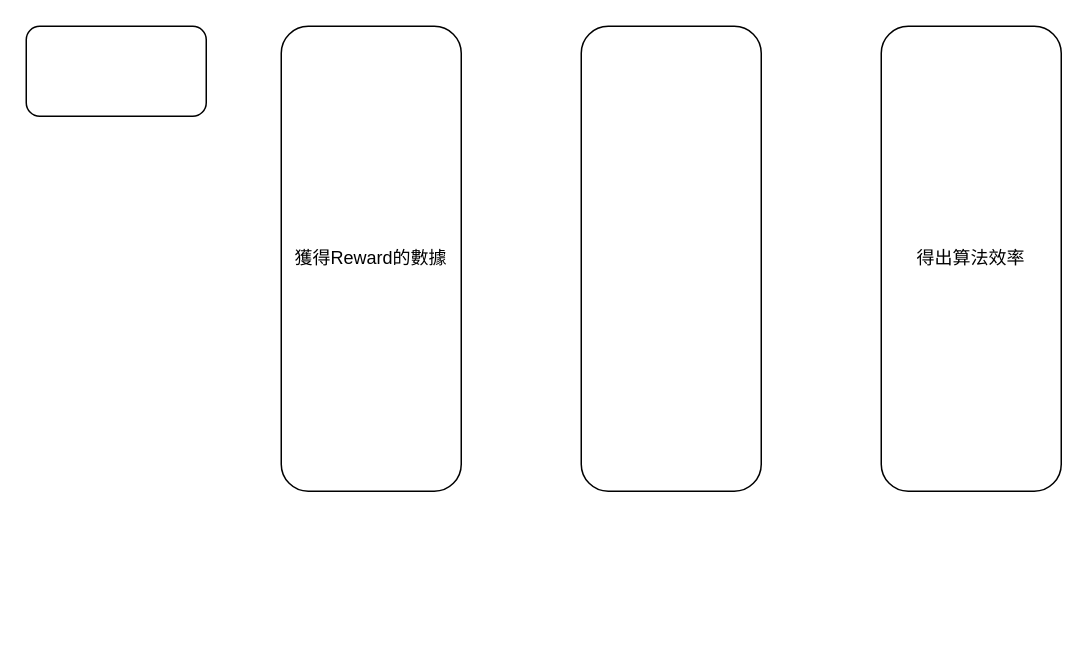
Before: page "Page-2" (2 of 2) of RL_Choice.drawio in 108703054nccu/Edge_Computing_Schedule, a draw.io diagram. Source tidied: cells renumbered, new cells numbered last; positions are measured from the earlier drawing's top-left corner, leaving out a move shared by most shapes. Both pictures are drawn from the tidied source at 150%, with x=0, y=0 at pixel (26, 26).
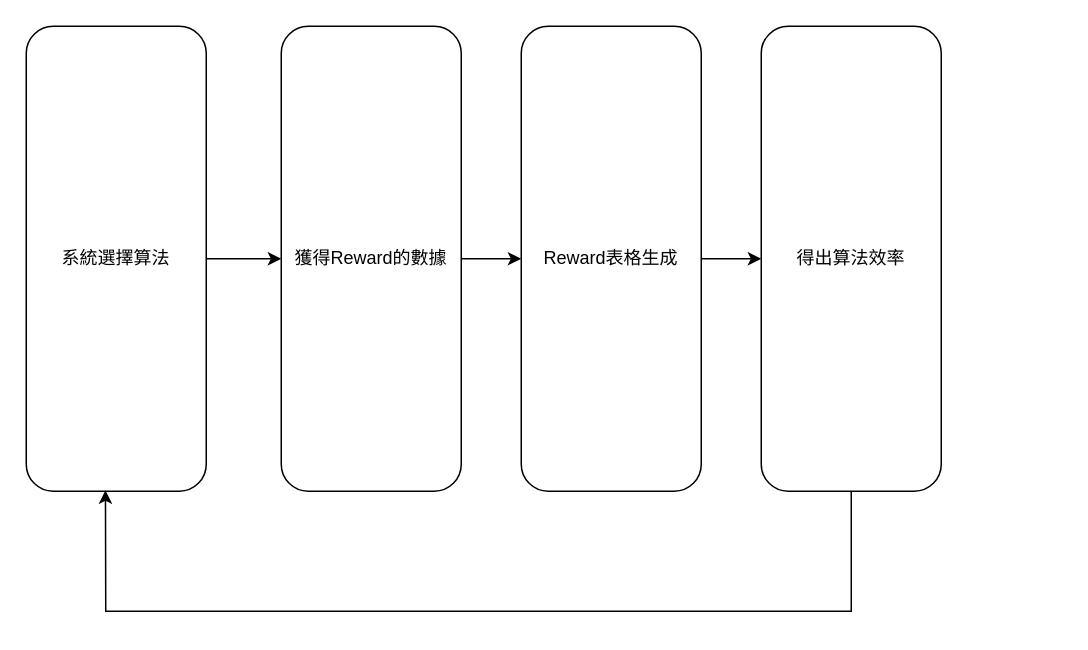
The same diagram, later.

Diff of the diagram source:
```diff
@@
 <mxGraphModel>
   <root>
     <mxCell id="0" />
     <mxCell id="1" parent="0" />
     <mxCell id="2" value="獲得Reward的數據" style="rounded=1;whiteSpace=wrap;html=1;" parent="1" vertex="1">
       <mxGeometry x="170" width="120" height="310" as="geometry" />
     </mxCell>
-    <mxCell id="3" style="rounded=1;whiteSpace=wrap;html=1;" parent="1" vertex="1">
-      <mxGeometry x="370" width="120" height="310" as="geometry" />
+    <mxCell id="3" value="Reward表格生成" style="rounded=1;whiteSpace=wrap;html=1;" parent="1" vertex="1">
+      <mxGeometry x="330" width="120" height="310" as="geometry" />
     </mxCell>
     <mxCell id="4" value="得出算法效率" style="rounded=1;whiteSpace=wrap;html=1;" parent="1" vertex="1">
-      <mxGeometry x="570" width="120" height="310" as="geometry" />
+      <mxGeometry x="490" width="120" height="310" as="geometry" />
     </mxCell>
-    <mxCell id="5" style="rounded=1;whiteSpace=wrap;html=1;" parent="1" vertex="1">
-      <mxGeometry width="120" height="60" as="geometry" />
+    <mxCell id="5" value="系統選擇算法" style="rounded=1;whiteSpace=wrap;html=1;" parent="1" vertex="1">
+      <mxGeometry width="120" height="310" as="geometry" />
     </mxCell>
+    <mxCell id="6" style="endArrow=classic;html=1;rounded=0;exitX=0.5;exitY=1;exitDx=0;exitDy=0;entryX=0.44;entryY=0.998;entryDx=0;entryDy=0;entryPerimeter=0;" parent="1" edge="1" source="4" target="5">
+      <mxGeometry relative="1" as="geometry">
+        <Array as="points">
+          <mxPoint x="550" y="390" />
+          <mxPoint x="53" y="390" />
+        </Array>
+      </mxGeometry>
+    </mxCell>
+    <mxCell id="7" style="endArrow=classic;html=1;rounded=0;exitX=1;exitY=0.5;exitDx=0;exitDy=0;entryX=0;entryY=0.5;entryDx=0;entryDy=0;" parent="1" edge="1" source="2" target="3">
+      <mxGeometry relative="1" as="geometry" />
+    </mxCell>
+    <mxCell id="8" style="endArrow=classic;html=1;rounded=0;exitX=1;exitY=0.5;exitDx=0;exitDy=0;entryX=0;entryY=0.5;entryDx=0;entryDy=0;" parent="1" edge="1" source="3" target="4">
+      <mxGeometry relative="1" as="geometry" />
+    </mxCell>
+    <mxCell id="9" style="endArrow=classic;html=1;rounded=0;exitX=1;exitY=0.5;exitDx=0;exitDy=0;entryX=0;entryY=0.5;entryDx=0;entryDy=0;" parent="1" edge="1" source="5" target="2">
+      <mxGeometry relative="1" as="geometry" />
+    </mxCell>
   </root>
 </mxGraphModel>
```
